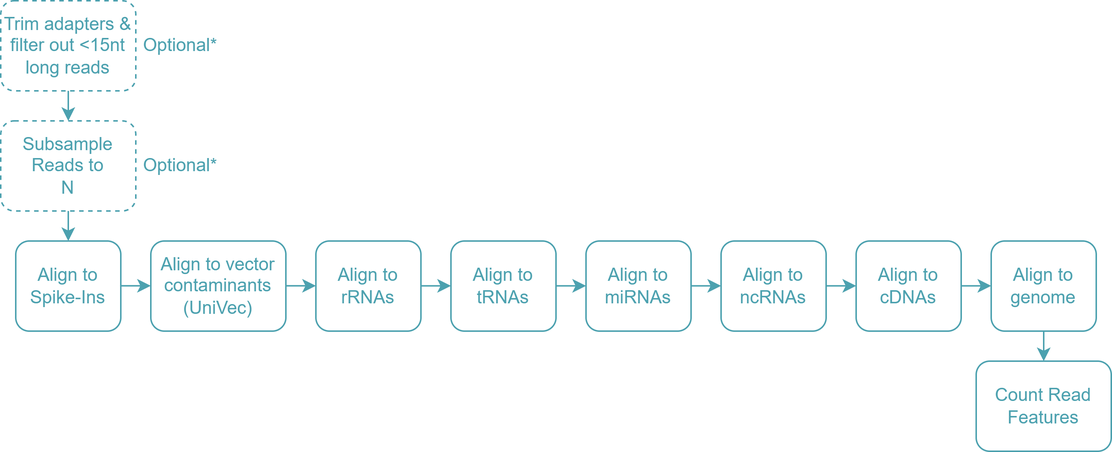
Before: overview.png, a diagram exported from draw.io (Aimann/rsb-align-pub). Source tidied: cells renumbered, new cells last; positions are measured from the earlier drawing's top-left corner, leaving out a move shared by most shapes. Source of this version:
```xml
<mxGraphModel>
  <root>
    <mxCell id="0" />
    <mxCell id="1" parent="0" />
    <mxCell id="2" style="edgeStyle=none;html=1;entryX=0.5;entryY=0;entryDx=0;entryDy=0;strokeColor=#4CA1AF;fontColor=#4CA1AF;" parent="1" edge="1" source="3" target="14">
      <mxGeometry relative="1" as="geometry" />
    </mxCell>
    <mxCell id="3" value="Trim adapters &amp;amp; filter out &amp;lt;15nt long reads" style="rounded=1;whiteSpace=wrap;html=1;strokeColor=#4ca1af;fontColor=#4CA1AF;dashed=1;" parent="1" vertex="1">
      <mxGeometry width="90" height="60" as="geometry" />
    </mxCell>
    <mxCell id="4" value="Align to vector contaminants (UniVec)" style="rounded=1;whiteSpace=wrap;html=1;strokeColor=#4ca1af;fontColor=#4CA1AF;" parent="1" vertex="1">
      <mxGeometry x="100" y="160" width="90" height="60" as="geometry" />
    </mxCell>
    <mxCell id="5" value="Align to Spike-Ins" style="rounded=1;whiteSpace=wrap;html=1;strokeColor=#4ca1af;fontColor=#4CA1AF;" parent="1" vertex="1">
      <mxGeometry x="10" y="160" width="70" height="60" as="geometry" />
    </mxCell>
    <mxCell id="6" value="Align to rRNAs" style="rounded=1;whiteSpace=wrap;html=1;strokeColor=#4ca1af;fontColor=#4CA1AF;" parent="1" vertex="1">
      <mxGeometry x="210" y="160" width="70" height="60" as="geometry" />
    </mxCell>
    <mxCell id="7" value="Align to tRNAs" style="rounded=1;whiteSpace=wrap;html=1;strokeColor=#4ca1af;fontColor=#4CA1AF;" parent="1" vertex="1">
      <mxGeometry x="300" y="160" width="70" height="60" as="geometry" />
    </mxCell>
    <mxCell id="8" value="Align to miRNAs" style="rounded=1;whiteSpace=wrap;html=1;strokeColor=#4ca1af;fontColor=#4CA1AF;" parent="1" vertex="1">
      <mxGeometry x="390" y="160" width="70" height="60" as="geometry" />
    </mxCell>
    <mxCell id="9" value="Align to ncRNAs" style="rounded=1;whiteSpace=wrap;html=1;strokeColor=#4ca1af;fontColor=#4CA1AF;" parent="1" vertex="1">
      <mxGeometry x="480" y="160" width="70" height="60" as="geometry" />
    </mxCell>
    <mxCell id="10" value="Align to cDNAs" style="rounded=1;whiteSpace=wrap;html=1;strokeColor=#4ca1af;fontColor=#4CA1AF;" parent="1" vertex="1">
      <mxGeometry x="570" y="160" width="70" height="60" as="geometry" />
    </mxCell>
    <mxCell id="11" style="edgeStyle=none;html=1;exitX=0.5;exitY=1;exitDx=0;exitDy=0;strokeColor=#4CA1AF;fontColor=#4CA1AF;" parent="1" edge="1" source="12">
      <mxGeometry relative="1" as="geometry">
        <mxPoint x="695" y="240" as="targetPoint" />
      </mxGeometry>
    </mxCell>
    <mxCell id="12" value="Align to genome" style="rounded=1;whiteSpace=wrap;html=1;strokeColor=#4ca1af;fontColor=#4CA1AF;" parent="1" vertex="1">
      <mxGeometry x="660" y="160" width="70" height="60" as="geometry" />
    </mxCell>
    <mxCell id="13" style="edgeStyle=none;html=1;exitX=0.5;exitY=1;exitDx=0;exitDy=0;entryX=0.5;entryY=0;entryDx=0;entryDy=0;strokeColor=#4ca1af;fontColor=#4CA1AF;" parent="1" edge="1" source="14" target="5">
      <mxGeometry relative="1" as="geometry" />
    </mxCell>
    <mxCell id="14" value="Subsample&lt;br&gt;Reads to&lt;br&gt;N" style="rounded=1;whiteSpace=wrap;html=1;dashed=1;strokeColor=#4ca1af;fontColor=#4CA1AF;" parent="1" vertex="1">
      <mxGeometry y="80" width="90" height="60" as="geometry" />
    </mxCell>
    <mxCell id="15" style="endArrow=classic;html=1;exitX=1;exitY=0.5;exitDx=0;exitDy=0;entryX=0;entryY=0.5;entryDx=0;entryDy=0;strokeColor=#4CA1AF;" parent="1" edge="1">
      <mxGeometry relative="1" as="geometry">
        <mxPoint x="280" y="189.9" as="sourcePoint" />
        <mxPoint x="300" y="189.9" as="targetPoint" />
      </mxGeometry>
    </mxCell>
    <mxCell id="16" style="endArrow=classic;html=1;exitX=1;exitY=0.5;exitDx=0;exitDy=0;entryX=0;entryY=0.5;entryDx=0;entryDy=0;strokeColor=#4ca1af;" parent="1" edge="1">
      <mxGeometry relative="1" as="geometry">
        <mxPoint x="370" y="189.9" as="sourcePoint" />
        <mxPoint x="390" y="189.9" as="targetPoint" />
      </mxGeometry>
    </mxCell>
    <mxCell id="17" style="endArrow=classic;html=1;exitX=1;exitY=0.5;exitDx=0;exitDy=0;entryX=0;entryY=0.5;entryDx=0;entryDy=0;strokeColor=#4CA1AF;" parent="1" edge="1">
      <mxGeometry relative="1" as="geometry">
        <mxPoint x="460" y="189.9" as="sourcePoint" />
        <mxPoint x="480" y="189.9" as="targetPoint" />
      </mxGeometry>
    </mxCell>
    <mxCell id="18" style="endArrow=classic;html=1;exitX=1;exitY=0.5;exitDx=0;exitDy=0;entryX=0;entryY=0.5;entryDx=0;entryDy=0;strokeColor=#4CA1AF;" parent="1" edge="1">
      <mxGeometry relative="1" as="geometry">
        <mxPoint x="550" y="189.9" as="sourcePoint" />
        <mxPoint x="570" y="189.9" as="targetPoint" />
      </mxGeometry>
    </mxCell>
    <mxCell id="19" style="endArrow=classic;html=1;exitX=1;exitY=0.5;exitDx=0;exitDy=0;entryX=0;entryY=0.5;entryDx=0;entryDy=0;strokeColor=#4CA1AF;" parent="1" edge="1">
      <mxGeometry relative="1" as="geometry">
        <mxPoint x="640" y="189.9" as="sourcePoint" />
        <mxPoint x="660" y="189.9" as="targetPoint" />
      </mxGeometry>
    </mxCell>
    <mxCell id="20" style="endArrow=classic;html=1;exitX=1;exitY=0.5;exitDx=0;exitDy=0;entryX=0;entryY=0.5;entryDx=0;entryDy=0;strokeColor=#4CA1AF;" parent="1" edge="1">
      <mxGeometry relative="1" as="geometry">
        <mxPoint x="190" y="189.8" as="sourcePoint" />
        <mxPoint x="210" y="189.8" as="targetPoint" />
      </mxGeometry>
    </mxCell>
    <mxCell id="21" style="endArrow=classic;html=1;exitX=1;exitY=0.5;exitDx=0;exitDy=0;entryX=0;entryY=0.5;entryDx=0;entryDy=0;strokeColor=#4CA1AF;" parent="1" edge="1">
      <mxGeometry relative="1" as="geometry">
        <mxPoint x="80" y="189.8" as="sourcePoint" />
        <mxPoint x="100" y="189.8" as="targetPoint" />
      </mxGeometry>
    </mxCell>
    <mxCell id="22" value="Optional*" style="text;html=1;strokeColor=none;fillColor=none;align=center;verticalAlign=middle;whiteSpace=wrap;rounded=0;fontColor=#4CA1AF;dashed=1;" parent="1" vertex="1">
      <mxGeometry x="90" y="95" width="60" height="30" as="geometry" />
    </mxCell>
    <mxCell id="23" value="Count Read Features" style="rounded=1;whiteSpace=wrap;html=1;strokeColor=#4ca1af;fontColor=#4CA1AF;" parent="1" vertex="1">
      <mxGeometry x="650" y="240" width="90" height="60" as="geometry" />
    </mxCell>
    <mxCell id="24" value="Optional*" style="text;html=1;strokeColor=none;fillColor=none;align=center;verticalAlign=middle;whiteSpace=wrap;rounded=0;fontColor=#4CA1AF;dashed=1;" parent="1" vertex="1">
      <mxGeometry x="90" y="15" width="60" height="30" as="geometry" />
    </mxCell>
  </root>
</mxGraphModel>
```
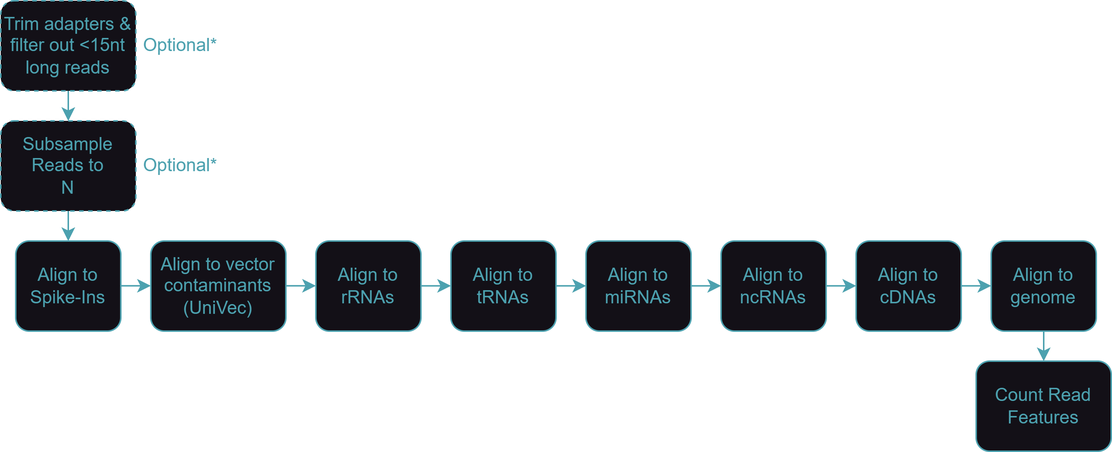
The same diagram one commit later.

What changed in the source:
```diff
@@ -5,28 +5,28 @@
     <mxCell id="2" style="edgeStyle=none;html=1;entryX=0.5;entryY=0;entryDx=0;entryDy=0;strokeColor=#4CA1AF;fontColor=#4CA1AF;" parent="1" edge="1" source="3" target="14">
       <mxGeometry relative="1" as="geometry" />
     </mxCell>
-    <mxCell id="3" value="Trim adapters &amp;amp; filter out &amp;lt;15nt long reads" style="rounded=1;whiteSpace=wrap;html=1;strokeColor=#4ca1af;fontColor=#4CA1AF;dashed=1;" parent="1" vertex="1">
+    <mxCell id="3" value="Trim adapters &amp;amp; filter out &amp;lt;15nt long reads" style="rounded=1;whiteSpace=wrap;html=1;strokeColor=#4ca1af;fontColor=#4CA1AF;dashed=1;fillColor=#131017;" parent="1" vertex="1">
       <mxGeometry width="90" height="60" as="geometry" />
     </mxCell>
-    <mxCell id="4" value="Align to vector contaminants (UniVec)" style="rounded=1;whiteSpace=wrap;html=1;strokeColor=#4ca1af;fontColor=#4CA1AF;" parent="1" vertex="1">
+    <mxCell id="4" value="Align to vector contaminants (UniVec)" style="rounded=1;whiteSpace=wrap;html=1;strokeColor=#4ca1af;fontColor=#4CA1AF;fillColor=#131017;" parent="1" vertex="1">
       <mxGeometry x="100" y="160" width="90" height="60" as="geometry" />
     </mxCell>
-    <mxCell id="5" value="Align to Spike-Ins" style="rounded=1;whiteSpace=wrap;html=1;strokeColor=#4ca1af;fontColor=#4CA1AF;" parent="1" vertex="1">
+    <mxCell id="5" value="Align to Spike-Ins" style="rounded=1;whiteSpace=wrap;html=1;strokeColor=#4ca1af;fontColor=#4CA1AF;fillColor=#131017;" parent="1" vertex="1">
       <mxGeometry x="10" y="160" width="70" height="60" as="geometry" />
     </mxCell>
-    <mxCell id="6" value="Align to rRNAs" style="rounded=1;whiteSpace=wrap;html=1;strokeColor=#4ca1af;fontColor=#4CA1AF;" parent="1" vertex="1">
+    <mxCell id="6" value="Align to rRNAs" style="rounded=1;whiteSpace=wrap;html=1;strokeColor=#4ca1af;fontColor=#4CA1AF;fillColor=#131017;" parent="1" vertex="1">
       <mxGeometry x="210" y="160" width="70" height="60" as="geometry" />
     </mxCell>
-    <mxCell id="7" value="Align to tRNAs" style="rounded=1;whiteSpace=wrap;html=1;strokeColor=#4ca1af;fontColor=#4CA1AF;" parent="1" vertex="1">
+    <mxCell id="7" value="Align to tRNAs" style="rounded=1;whiteSpace=wrap;html=1;strokeColor=#4ca1af;fontColor=#4CA1AF;fillColor=#131017;" parent="1" vertex="1">
       <mxGeometry x="300" y="160" width="70" height="60" as="geometry" />
     </mxCell>
-    <mxCell id="8" value="Align to miRNAs" style="rounded=1;whiteSpace=wrap;html=1;strokeColor=#4ca1af;fontColor=#4CA1AF;" parent="1" vertex="1">
+    <mxCell id="8" value="Align to miRNAs" style="rounded=1;whiteSpace=wrap;html=1;strokeColor=#4ca1af;fontColor=#4CA1AF;fillColor=#131017;" parent="1" vertex="1">
       <mxGeometry x="390" y="160" width="70" height="60" as="geometry" />
     </mxCell>
-    <mxCell id="9" value="Align to ncRNAs" style="rounded=1;whiteSpace=wrap;html=1;strokeColor=#4ca1af;fontColor=#4CA1AF;" parent="1" vertex="1">
+    <mxCell id="9" value="Align to ncRNAs" style="rounded=1;whiteSpace=wrap;html=1;strokeColor=#4ca1af;fontColor=#4CA1AF;fillColor=#131017;" parent="1" vertex="1">
       <mxGeometry x="480" y="160" width="70" height="60" as="geometry" />
     </mxCell>
-    <mxCell id="10" value="Align to cDNAs" style="rounded=1;whiteSpace=wrap;html=1;strokeColor=#4ca1af;fontColor=#4CA1AF;" parent="1" vertex="1">
+    <mxCell id="10" value="Align to cDNAs" style="rounded=1;whiteSpace=wrap;html=1;strokeColor=#4ca1af;fontColor=#4CA1AF;fillColor=#131017;" parent="1" vertex="1">
       <mxGeometry x="570" y="160" width="70" height="60" as="geometry" />
     </mxCell>
     <mxCell id="11" style="edgeStyle=none;html=1;exitX=0.5;exitY=1;exitDx=0;exitDy=0;strokeColor=#4CA1AF;fontColor=#4CA1AF;" parent="1" edge="1" source="12">
@@ -34,13 +34,13 @@
         <mxPoint x="695" y="240" as="targetPoint" />
       </mxGeometry>
     </mxCell>
-    <mxCell id="12" value="Align to genome" style="rounded=1;whiteSpace=wrap;html=1;strokeColor=#4ca1af;fontColor=#4CA1AF;" parent="1" vertex="1">
+    <mxCell id="12" value="Align to genome" style="rounded=1;whiteSpace=wrap;html=1;strokeColor=#4ca1af;fontColor=#4CA1AF;fillColor=#131017;" parent="1" vertex="1">
       <mxGeometry x="660" y="160" width="70" height="60" as="geometry" />
     </mxCell>
     <mxCell id="13" style="edgeStyle=none;html=1;exitX=0.5;exitY=1;exitDx=0;exitDy=0;entryX=0.5;entryY=0;entryDx=0;entryDy=0;strokeColor=#4ca1af;fontColor=#4CA1AF;" parent="1" edge="1" source="14" target="5">
       <mxGeometry relative="1" as="geometry" />
     </mxCell>
-    <mxCell id="14" value="Subsample&lt;br&gt;Reads to&lt;br&gt;N" style="rounded=1;whiteSpace=wrap;html=1;dashed=1;strokeColor=#4ca1af;fontColor=#4CA1AF;" parent="1" vertex="1">
+    <mxCell id="14" value="Subsample&lt;br&gt;Reads to&lt;br&gt;N" style="rounded=1;whiteSpace=wrap;html=1;dashed=1;strokeColor=#4ca1af;fontColor=#4CA1AF;fillColor=#131017;" parent="1" vertex="1">
       <mxGeometry y="80" width="90" height="60" as="geometry" />
     </mxCell>
     <mxCell id="15" style="endArrow=classic;html=1;exitX=1;exitY=0.5;exitDx=0;exitDy=0;entryX=0;entryY=0.5;entryDx=0;entryDy=0;strokeColor=#4CA1AF;" parent="1" edge="1">
@@ -88,7 +88,7 @@
     <mxCell id="22" value="Optional*" style="text;html=1;strokeColor=none;fillColor=none;align=center;verticalAlign=middle;whiteSpace=wrap;rounded=0;fontColor=#4CA1AF;dashed=1;" parent="1" vertex="1">
       <mxGeometry x="90" y="95" width="60" height="30" as="geometry" />
     </mxCell>
-    <mxCell id="23" value="Count Read Features" style="rounded=1;whiteSpace=wrap;html=1;strokeColor=#4ca1af;fontColor=#4CA1AF;" parent="1" vertex="1">
+    <mxCell id="23" value="Count Read Features" style="rounded=1;whiteSpace=wrap;html=1;strokeColor=#4ca1af;fontColor=#4CA1AF;fillColor=#131017;" parent="1" vertex="1">
       <mxGeometry x="650" y="240" width="90" height="60" as="geometry" />
     </mxCell>
     <mxCell id="24" value="Optional*" style="text;html=1;strokeColor=none;fillColor=none;align=center;verticalAlign=middle;whiteSpace=wrap;rounded=0;fontColor=#4CA1AF;dashed=1;" parent="1" vertex="1">
```
